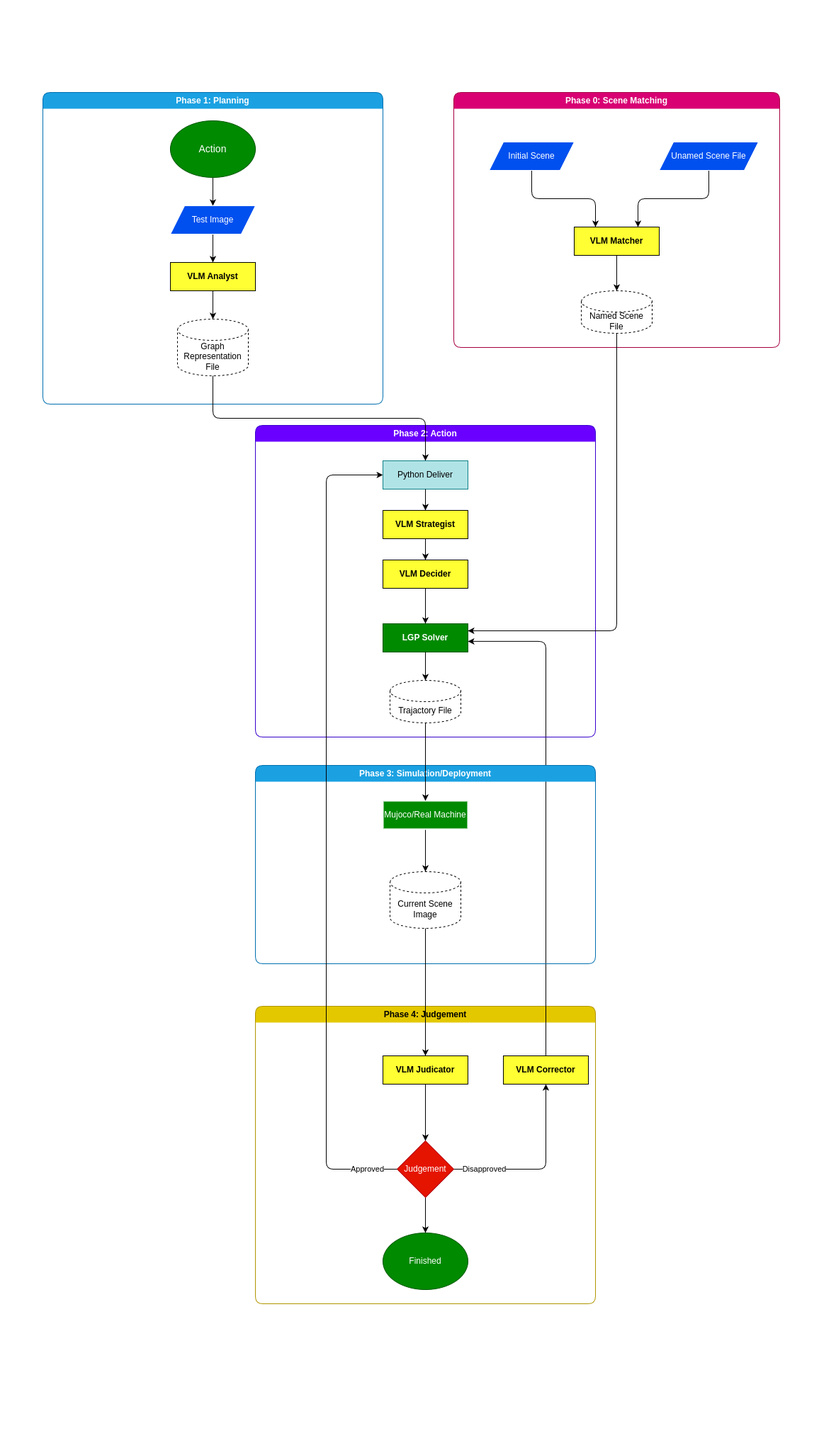
Above: assets/pipeline.png in LeslieLinXinxiang/VLM-LGP (draw.io), before the change. Source tidied: cells renumbered, new cells last; positions are measured from the earlier drawing's top-left corner, leaving out a move shared by most shapes. Its diagram source:
```xml
<mxGraphModel>
  <root>
    <mxCell id="0" />
    <mxCell id="1" parent="0" />
    <mxCell id="2" style="swimlane;startSize=0;swimlaneFillColor=default;rounded=1;swimlaneLine=0;strokeColor=none;" parent="1" vertex="1">
      <mxGeometry width="1180" height="2030" as="geometry" />
    </mxCell>
    <mxCell id="3" value="Phase 4: Judgement" style="swimlane;whiteSpace=wrap;html=1;rounded=1;swimlaneLine=0;fillColor=#e3c800;strokeColor=#B09500;fontColor=#000000;" parent="2" vertex="1">
      <mxGeometry x="360" y="1420" width="480" height="420" as="geometry" />
    </mxCell>
    <mxCell id="4" style="edgeStyle=none;html=1;exitX=0.5;exitY=1;exitDx=0;exitDy=0;entryX=0.5;entryY=0;entryDx=0;entryDy=0;" parent="3" edge="1" source="5" target="9">
      <mxGeometry relative="1" as="geometry" />
    </mxCell>
    <mxCell id="5" value="&lt;b&gt;VLM Judicator&lt;/b&gt;" style="rounded=0;whiteSpace=wrap;html=1;fillColor=#FFFF33;" parent="3" vertex="1">
      <mxGeometry x="180" y="70" width="120" height="40" as="geometry" />
    </mxCell>
    <mxCell id="6" style="edgeStyle=orthogonalEdgeStyle;html=1;exitX=1;exitY=0.5;exitDx=0;exitDy=0;entryX=0.5;entryY=1;entryDx=0;entryDy=0;" parent="3" edge="1" source="9" target="10">
      <mxGeometry relative="1" as="geometry" />
    </mxCell>
    <mxCell id="7" value="Disapproved" style="edgeLabel;html=1;align=center;verticalAlign=middle;" parent="6" vertex="1">
      <mxGeometry x="-0.66" relative="1" as="geometry" />
    </mxCell>
    <mxCell id="8" style="edgeStyle=none;html=1;exitX=0.5;exitY=1;exitDx=0;exitDy=0;entryX=0.5;entryY=0;entryDx=0;entryDy=0;" parent="3" edge="1" source="9" target="11">
      <mxGeometry relative="1" as="geometry" />
    </mxCell>
    <mxCell id="9" value="Judgement" style="rhombus;whiteSpace=wrap;html=1;fillColor=#e51400;fontColor=#ffffff;strokeColor=#B20000;" parent="3" vertex="1">
      <mxGeometry x="200" y="190" width="80" height="80" as="geometry" />
    </mxCell>
    <mxCell id="10" value="&lt;b&gt;VLM Corrector&lt;/b&gt;" style="rounded=0;whiteSpace=wrap;html=1;fillColor=#FFFF33;" parent="3" vertex="1">
      <mxGeometry x="350" y="70" width="120" height="40" as="geometry" />
    </mxCell>
    <mxCell id="11" value="Finished" style="ellipse;whiteSpace=wrap;html=1;fillColor=#008a00;fontColor=#ffffff;strokeColor=#005700;" parent="3" vertex="1">
      <mxGeometry x="180" y="320" width="120" height="80" as="geometry" />
    </mxCell>
    <mxCell id="12" value="&lt;b&gt;&lt;font style=&quot;color: rgb(255, 255, 255);&quot;&gt;LGP Solver&lt;/font&gt;&lt;/b&gt;" style="rounded=0;whiteSpace=wrap;html=1;fillColor=#008a00;fontColor=#ffffff;strokeColor=#005700;" parent="2" vertex="1">
      <mxGeometry x="540" y="880" width="120" height="40" as="geometry" />
    </mxCell>
    <mxCell id="13" style="edgeStyle=orthogonalEdgeStyle;html=1;exitX=0.5;exitY=0;exitDx=0;exitDy=0;entryX=1;entryY=0.622;entryDx=0;entryDy=0;entryPerimeter=0;" parent="2" edge="1" source="10" target="12">
      <mxGeometry relative="1" as="geometry" />
    </mxCell>
    <mxCell id="14" style="edgeStyle=none;html=1;exitX=0.5;exitY=1;exitDx=0;exitDy=0;" parent="2" edge="1" source="15" target="12">
      <mxGeometry relative="1" as="geometry" />
    </mxCell>
    <mxCell id="15" value="&lt;b&gt;VLM Decider&lt;/b&gt;" style="rounded=0;whiteSpace=wrap;html=1;fillColor=#FFFF33;" parent="2" vertex="1">
      <mxGeometry x="540" y="790" width="120" height="40" as="geometry" />
    </mxCell>
    <mxCell id="16" style="edgeStyle=none;html=1;exitX=0.5;exitY=1;exitDx=0;exitDy=0;entryX=0.5;entryY=0;entryDx=0;entryDy=0;" parent="2" edge="1" source="17" target="15">
      <mxGeometry relative="1" as="geometry" />
    </mxCell>
    <mxCell id="17" value="&lt;b&gt;VLM Strategist&lt;/b&gt;" style="rounded=0;whiteSpace=wrap;html=1;fillColor=#FFFF33;" parent="2" vertex="1">
      <mxGeometry x="540" y="720" width="120" height="40" as="geometry" />
    </mxCell>
    <mxCell id="18" value="Phase 3: Simulation/Deployment" style="swimlane;whiteSpace=wrap;html=1;rounded=1;swimlaneLine=0;fillColor=#1ba1e2;strokeColor=#006EAF;fontColor=#ffffff;" parent="2" vertex="1">
      <mxGeometry x="360" y="1080" width="480" height="280" as="geometry" />
    </mxCell>
    <mxCell id="19" style="edgeStyle=none;html=1;exitX=0.5;exitY=1;exitDx=0;exitDy=0;entryX=0.5;entryY=0;entryDx=0;entryDy=0;entryPerimeter=0;" parent="18" edge="1" source="20" target="21">
      <mxGeometry relative="1" as="geometry" />
    </mxCell>
    <mxCell id="20" value="Mujoco/Real Machine" style="rounded=0;whiteSpace=wrap;html=1;fillColor=#008a00;fontColor=#ffffff;strokeColor=#FFFFFF;gradientColor=none;fillStyle=auto;strokeWidth=2;" parent="18" vertex="1">
      <mxGeometry x="180" y="50" width="120" height="40" as="geometry" />
    </mxCell>
    <mxCell id="21" value="Current Scene Image" style="shape=cylinder3;whiteSpace=wrap;html=1;boundedLbl=1;backgroundOutline=1;size=15;dashed=1;" parent="18" vertex="1">
      <mxGeometry x="190" y="150" width="100" height="80" as="geometry" />
    </mxCell>
    <mxCell id="22" style="edgeStyle=none;html=1;exitX=0.5;exitY=1;exitDx=0;exitDy=0;exitPerimeter=0;entryX=0.5;entryY=0;entryDx=0;entryDy=0;" parent="2" edge="1" source="21" target="5">
      <mxGeometry relative="1" as="geometry" />
    </mxCell>
    <mxCell id="23" value="Phase 0: Scene Matching" style="swimlane;whiteSpace=wrap;html=1;rounded=1;swimlaneLine=0;fillColor=#d80073;strokeColor=#A50040;fontColor=#ffffff;" parent="1" vertex="1">
      <mxGeometry x="640" y="130" width="460" height="360" as="geometry" />
    </mxCell>
    <mxCell id="24" style="edgeStyle=orthogonalEdgeStyle;html=1;exitX=0.5;exitY=1;exitDx=0;exitDy=0;entryX=0.25;entryY=0;entryDx=0;entryDy=0;" parent="23" edge="1" source="25" target="28">
      <mxGeometry relative="1" as="geometry" />
    </mxCell>
    <mxCell id="25" value="Initial Scene" style="shape=parallelogram;perimeter=parallelogramPerimeter;whiteSpace=wrap;html=1;fixedSize=1;fillColor=#0050ef;fontColor=#ffffff;strokeColor=#FFFFFF;fillStyle=auto;rounded=0;shadow=0;" parent="23" vertex="1">
      <mxGeometry x="50" y="70" width="120" height="40" as="geometry" />
    </mxCell>
    <mxCell id="26" style="edgeStyle=orthogonalEdgeStyle;html=1;exitX=0.5;exitY=1;exitDx=0;exitDy=0;entryX=0.75;entryY=0;entryDx=0;entryDy=0;" parent="23" edge="1" source="27" target="28">
      <mxGeometry relative="1" as="geometry" />
    </mxCell>
    <mxCell id="27" value="Unamed Scene File" style="shape=parallelogram;perimeter=parallelogramPerimeter;whiteSpace=wrap;html=1;fixedSize=1;fillColor=#0050ef;fontColor=#ffffff;strokeColor=#FFFFFF;fillStyle=auto;rounded=0;shadow=0;" parent="23" vertex="1">
      <mxGeometry x="290" y="70" width="140" height="40" as="geometry" />
    </mxCell>
    <mxCell id="28" value="&lt;b&gt;VLM Matcher&lt;/b&gt;" style="rounded=0;whiteSpace=wrap;html=1;fillColor=#FFFF33;" parent="23" vertex="1">
      <mxGeometry x="170" y="190" width="120" height="40" as="geometry" />
    </mxCell>
    <mxCell id="29" value="Named Scene File" style="shape=cylinder3;whiteSpace=wrap;html=1;boundedLbl=1;backgroundOutline=1;size=15;dashed=1;" parent="23" vertex="1">
      <mxGeometry x="180" y="280" width="100" height="60" as="geometry" />
    </mxCell>
    <mxCell id="30" style="edgeStyle=none;html=1;exitX=0.5;exitY=1;exitDx=0;exitDy=0;entryX=0.5;entryY=0;entryDx=0;entryDy=0;entryPerimeter=0;" parent="23" edge="1" source="28" target="29">
      <mxGeometry relative="1" as="geometry" />
    </mxCell>
    <mxCell id="31" value="Phase 1: Planning" style="swimlane;whiteSpace=wrap;html=1;rounded=1;swimlaneLine=0;fillColor=#1ba1e2;strokeColor=#006EAF;fontColor=#ffffff;" parent="1" vertex="1">
      <mxGeometry x="60" y="130" width="480" height="440" as="geometry" />
    </mxCell>
    <mxCell id="32" style="edgeStyle=none;html=1;exitX=0.5;exitY=1;exitDx=0;exitDy=0;entryX=0.5;entryY=0;entryDx=0;entryDy=0;" parent="31" edge="1" source="33" target="35">
      <mxGeometry relative="1" as="geometry" />
    </mxCell>
    <mxCell id="33" value="&lt;font style=&quot;font-size: 14px; color: rgb(255, 255, 255);&quot;&gt;Action&lt;/font&gt;" style="ellipse;whiteSpace=wrap;html=1;fillColor=#008a00;fontColor=#ffffff;strokeColor=#005700;" parent="31" vertex="1">
      <mxGeometry x="180" y="40" width="120" height="80" as="geometry" />
    </mxCell>
    <mxCell id="34" style="edgeStyle=none;html=1;exitX=0.5;exitY=1;exitDx=0;exitDy=0;" parent="31" edge="1" source="35" target="37">
      <mxGeometry relative="1" as="geometry" />
    </mxCell>
    <mxCell id="35" value="Test Image" style="shape=parallelogram;perimeter=parallelogramPerimeter;whiteSpace=wrap;html=1;fixedSize=1;fillColor=#0050ef;fontColor=#ffffff;strokeColor=#FFFFFF;fillStyle=auto;rounded=0;shadow=0;" parent="31" vertex="1">
      <mxGeometry x="180" y="160" width="120" height="40" as="geometry" />
    </mxCell>
    <mxCell id="36" style="edgeStyle=none;html=1;exitX=0.5;exitY=1;exitDx=0;exitDy=0;" parent="31" edge="1" source="37" target="38">
      <mxGeometry relative="1" as="geometry" />
    </mxCell>
    <mxCell id="37" value="&lt;b&gt;VLM Analyst&lt;/b&gt;" style="rounded=0;whiteSpace=wrap;html=1;fillColor=#FFFF33;" parent="31" vertex="1">
      <mxGeometry x="180" y="240" width="120" height="40" as="geometry" />
    </mxCell>
    <mxCell id="38" value="Graph Representation&lt;br&gt;File" style="shape=cylinder3;whiteSpace=wrap;html=1;boundedLbl=1;backgroundOutline=1;size=15;dashed=1;" parent="31" vertex="1">
      <mxGeometry x="190" y="320" width="100" height="80" as="geometry" />
    </mxCell>
    <mxCell id="39" value="Phase 2: Action" style="swimlane;whiteSpace=wrap;html=1;rounded=1;swimlaneLine=0;fillColor=#6a00ff;strokeColor=#3700CC;fontColor=#ffffff;" parent="1" vertex="1">
      <mxGeometry x="360" y="600" width="480" height="440" as="geometry" />
    </mxCell>
    <mxCell id="40" value="Python Deliver" style="rounded=0;whiteSpace=wrap;html=1;fillColor=#b0e3e6;strokeColor=#0e8088;" parent="39" vertex="1">
      <mxGeometry x="180" y="50" width="120" height="40" as="geometry" />
    </mxCell>
    <mxCell id="41" value="Trajactory File" style="shape=cylinder3;whiteSpace=wrap;html=1;boundedLbl=1;backgroundOutline=1;size=15;dashed=1;" parent="39" vertex="1">
      <mxGeometry x="190" y="360" width="100" height="60" as="geometry" />
    </mxCell>
    <mxCell id="42" style="edgeStyle=orthogonalEdgeStyle;html=1;exitX=0.5;exitY=1;exitDx=0;exitDy=0;exitPerimeter=0;entryX=1;entryY=0.25;entryDx=0;entryDy=0;" parent="1" edge="1" source="29" target="12">
      <mxGeometry relative="1" as="geometry" />
    </mxCell>
    <mxCell id="43" style="edgeStyle=orthogonalEdgeStyle;html=1;exitX=0.5;exitY=1;exitDx=0;exitDy=0;exitPerimeter=0;" parent="1" edge="1" source="38">
      <mxGeometry relative="1" as="geometry">
        <mxPoint x="600" y="650" as="targetPoint" />
        <Array as="points">
          <mxPoint x="300" y="590" />
          <mxPoint x="600" y="590" />
        </Array>
      </mxGeometry>
    </mxCell>
    <mxCell id="44" style="edgeStyle=orthogonalEdgeStyle;html=1;exitX=0;exitY=0.5;exitDx=0;exitDy=0;entryX=0;entryY=0.5;entryDx=0;entryDy=0;" parent="1" edge="1" source="9" target="40">
      <mxGeometry relative="1" as="geometry">
        <Array as="points">
          <mxPoint x="460" y="1650" />
          <mxPoint x="460" y="670" />
        </Array>
      </mxGeometry>
    </mxCell>
    <mxCell id="45" value="Approved" style="edgeLabel;html=1;align=center;verticalAlign=middle;" parent="44" vertex="1">
      <mxGeometry x="-0.85" y="2" relative="1" as="geometry">
        <mxPoint x="42" y="-2" as="offset" />
      </mxGeometry>
    </mxCell>
    <mxCell id="46" style="edgeStyle=none;html=1;exitX=0.5;exitY=1;exitDx=0;exitDy=0;entryX=0.5;entryY=0;entryDx=0;entryDy=0;" parent="1" edge="1" source="40" target="17">
      <mxGeometry relative="1" as="geometry" />
    </mxCell>
    <mxCell id="47" style="edgeStyle=none;html=1;exitX=0.5;exitY=1;exitDx=0;exitDy=0;" parent="1" edge="1" source="12" target="41">
      <mxGeometry relative="1" as="geometry" />
    </mxCell>
    <mxCell id="48" style="edgeStyle=none;html=1;exitX=0.5;exitY=1;exitDx=0;exitDy=0;exitPerimeter=0;entryX=0.5;entryY=0;entryDx=0;entryDy=0;" parent="1" edge="1" source="41" target="20">
      <mxGeometry relative="1" as="geometry" />
    </mxCell>
  </root>
</mxGraphModel>
```
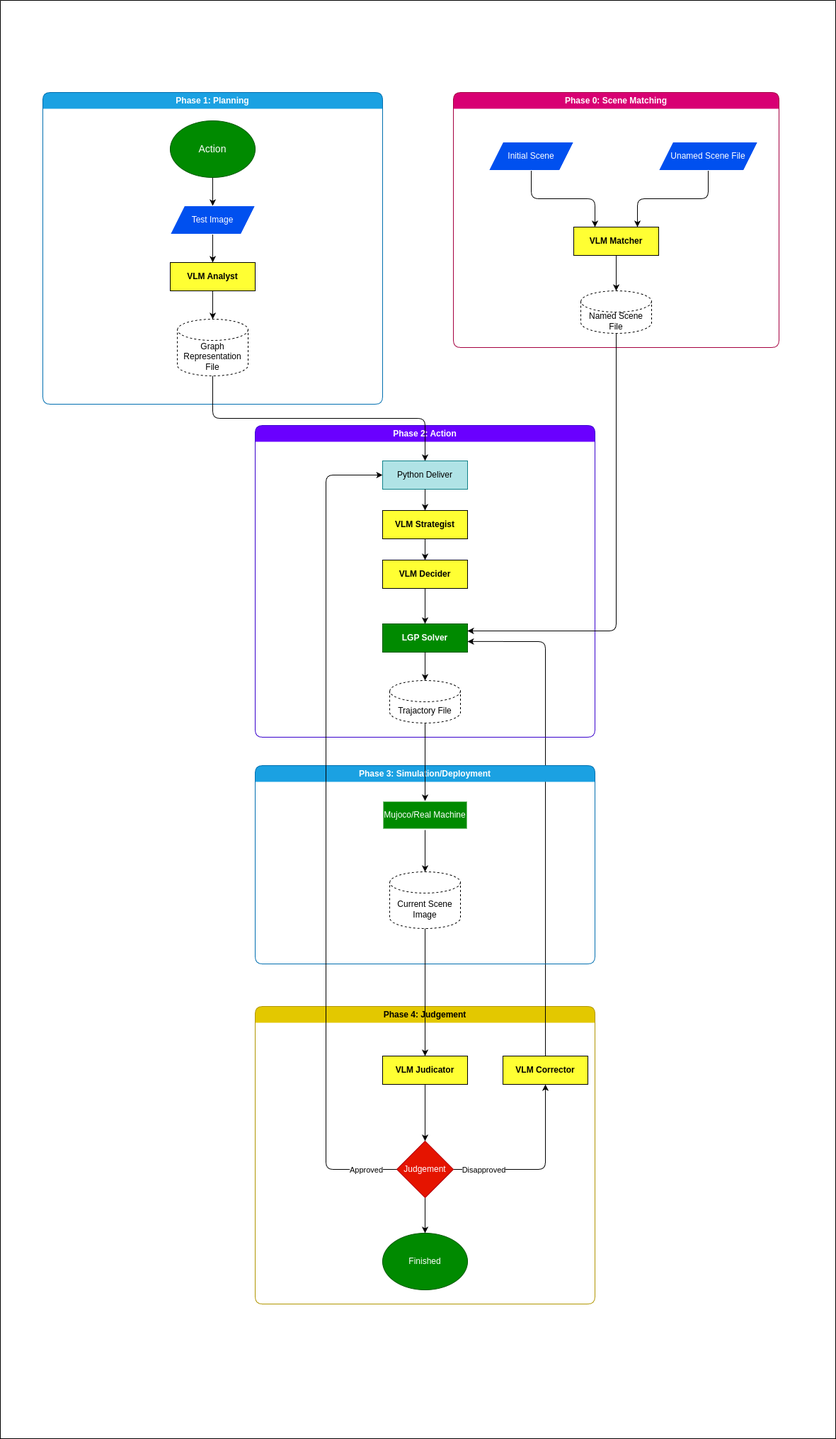
Later version of the same file.

Change to the diagram source:
```diff
@@ -2,7 +2,7 @@
   <root>
     <mxCell id="0" />
     <mxCell id="1" parent="0" />
-    <mxCell id="2" style="swimlane;startSize=0;swimlaneFillColor=default;rounded=1;swimlaneLine=0;strokeColor=none;" parent="1" vertex="1">
+    <mxCell id="2" style="swimlane;startSize=0;swimlaneFillColor=none;rounded=1;swimlaneLine=0;fillColor=none;fillStyle=dashed;gradientColor=none;gradientDirection=radial;" parent="1" vertex="1">
       <mxGeometry width="1180" height="2030" as="geometry" />
     </mxCell>
     <mxCell id="3" value="Phase 4: Judgement" style="swimlane;whiteSpace=wrap;html=1;rounded=1;swimlaneLine=0;fillColor=#e3c800;strokeColor=#B09500;fontColor=#000000;" parent="2" vertex="1">
```
